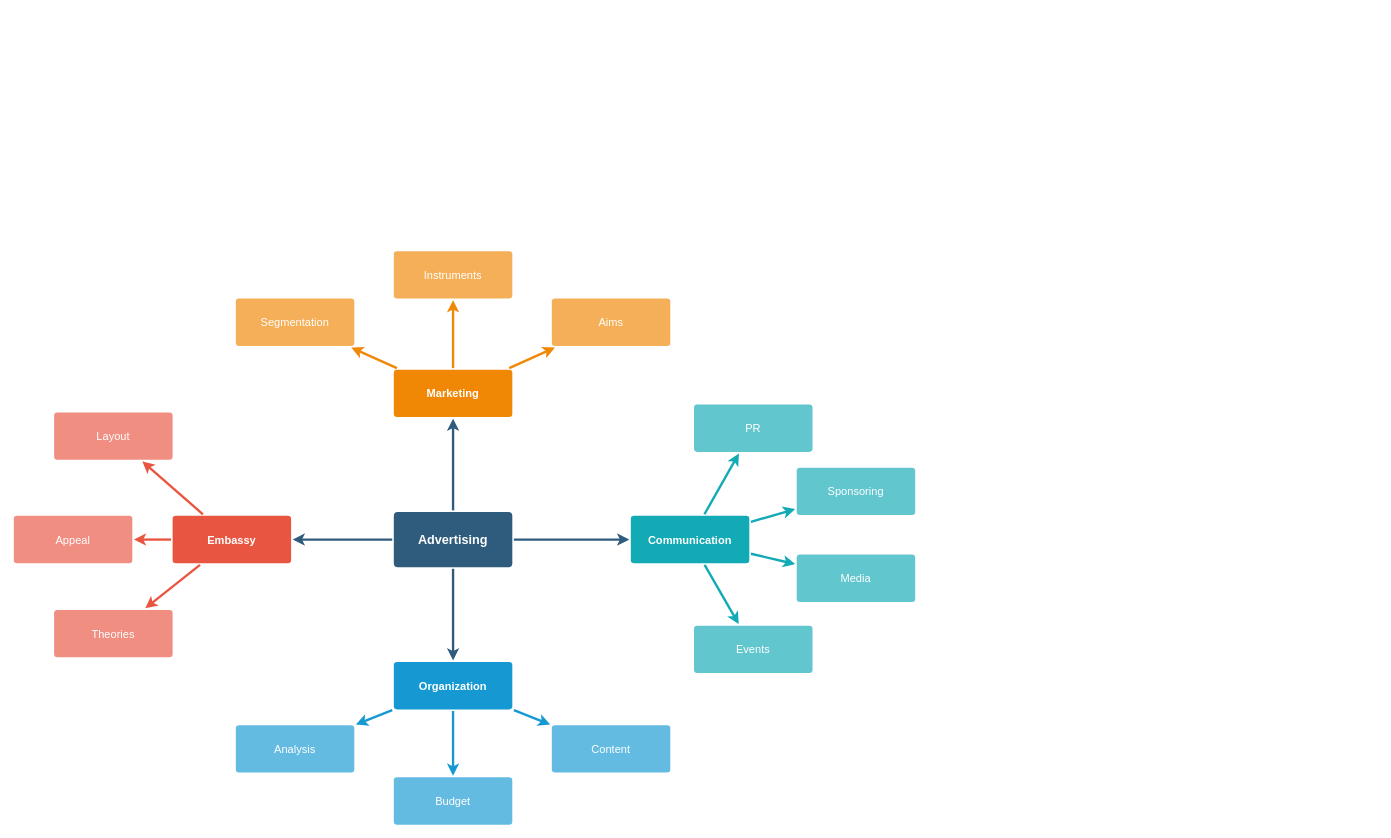
This is directory/investment_homework1.drawio from lllwwwooo/draw.io, a draw.io file, before an edit. Source tidied: cells renumbered, new cells numbered last; positions are measured from the earlier drawing's top-left corner, leaving out a move shared by most shapes. Both pictures are drawn from the tidied source at 79%, with x=0, y=0 at pixel (13, 250).
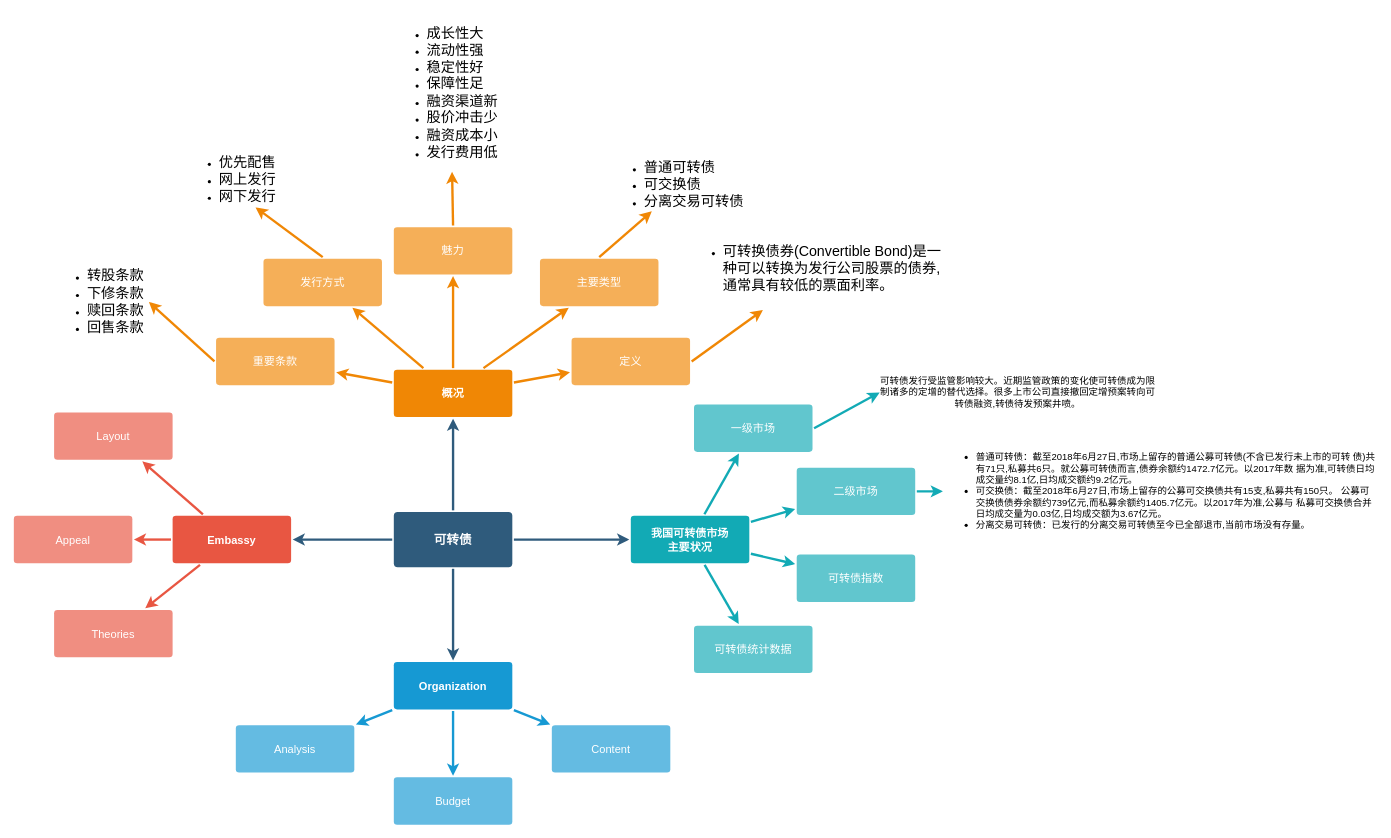
After the change.

The edit, as a diff of the source:
```diff
@@
-    <mxCell id="6" value="Advertising" style="rounded=1;whiteSpace=wrap;html=1;shadow=0;labelBackgroundColor=none;strokeColor=none;strokeWidth=3;fillColor=#2F5B7C;fontFamily=Helvetica;fontSize=16;fontColor=#FFFFFF;align=center;fontStyle=1;spacing=5;arcSize=7;perimeterSpacing=2;" parent="1" vertex="1">
+    <mxCell id="6" value="可转债" style="rounded=1;whiteSpace=wrap;html=1;shadow=0;labelBackgroundColor=none;strokeColor=none;strokeWidth=3;fillColor=#2F5B7C;fontFamily=Helvetica;fontSize=16;fontColor=#FFFFFF;align=center;fontStyle=1;spacing=5;arcSize=7;perimeterSpacing=2;" parent="1" vertex="1">
       <mxGeometry x="481" y="330.5" width="150" height="70" as="geometry" />
     </mxCell>
@@
-    <mxCell id="21" value="Marketing" style="rounded=1;whiteSpace=wrap;html=1;shadow=0;labelBackgroundColor=none;strokeColor=none;strokeWidth=3;fillColor=#F08705;fontFamily=Helvetica;fontSize=14;fontColor=#FFFFFF;align=center;spacing=5;fontStyle=1;arcSize=7;perimeterSpacing=2;" parent="1" vertex="1">
+    <mxCell id="21" value="概况" style="rounded=1;whiteSpace=wrap;html=1;shadow=0;labelBackgroundColor=none;strokeColor=none;strokeWidth=3;fillColor=#F08705;fontFamily=Helvetica;fontSize=14;fontColor=#FFFFFF;align=center;spacing=5;fontStyle=1;arcSize=7;perimeterSpacing=2;" parent="1" vertex="1">
       <mxGeometry x="481" y="150.5" width="150" height="60" as="geometry" />
     </mxCell>
-    <mxCell id="22" value="Aims&lt;br&gt;" style="rounded=1;whiteSpace=wrap;html=1;shadow=0;labelBackgroundColor=none;strokeColor=none;strokeWidth=3;fillColor=#f5af58;fontFamily=Helvetica;fontSize=14;fontColor=#FFFFFF;align=center;spacing=5;arcSize=7;perimeterSpacing=2;" parent="1" vertex="1">
-      <mxGeometry x="681" y="60.5" width="150" height="60" as="geometry" />
+    <mxCell id="22" value="定义" style="rounded=1;whiteSpace=wrap;html=1;shadow=0;labelBackgroundColor=none;strokeColor=none;strokeWidth=3;fillColor=#f5af58;fontFamily=Helvetica;fontSize=14;fontColor=#FFFFFF;align=center;spacing=5;arcSize=7;perimeterSpacing=2;" parent="1" vertex="1">
+      <mxGeometry x="706" y="110" width="150" height="60" as="geometry" />
     </mxCell>
@@
-    <mxCell id="24" value="Instruments" style="rounded=1;whiteSpace=wrap;html=1;shadow=0;labelBackgroundColor=none;strokeColor=none;strokeWidth=3;fillColor=#f5af58;fontFamily=Helvetica;fontSize=14;fontColor=#FFFFFF;align=center;spacing=5;arcSize=7;perimeterSpacing=2;" parent="1" vertex="1">
-      <mxGeometry x="481" y="0.5" width="150" height="60" as="geometry" />
+    <mxCell id="24" value="发行方式" style="rounded=1;whiteSpace=wrap;html=1;shadow=0;labelBackgroundColor=none;strokeColor=none;strokeWidth=3;fillColor=#f5af58;fontFamily=Helvetica;fontSize=14;fontColor=#FFFFFF;align=center;spacing=5;arcSize=7;perimeterSpacing=2;" parent="1" vertex="1">
+      <mxGeometry x="316" y="10" width="150" height="60" as="geometry" />
     </mxCell>
@@
-    <mxCell id="26" value="Segmentation" style="rounded=1;whiteSpace=wrap;html=1;shadow=0;labelBackgroundColor=none;strokeColor=none;strokeWidth=3;fillColor=#f5af58;fontFamily=Helvetica;fontSize=14;fontColor=#FFFFFF;align=center;spacing=5;arcSize=7;perimeterSpacing=2;" parent="1" vertex="1">
-      <mxGeometry x="281" y="60.5" width="150" height="60" as="geometry" />
+    <mxCell id="26" value="重要条款" style="rounded=1;whiteSpace=wrap;html=1;shadow=0;labelBackgroundColor=none;strokeColor=none;strokeWidth=3;fillColor=#f5af58;fontFamily=Helvetica;fontSize=14;fontColor=#FFFFFF;align=center;spacing=5;arcSize=7;perimeterSpacing=2;" parent="1" vertex="1">
+      <mxGeometry x="256" y="110" width="150" height="60" as="geometry" />
     </mxCell>
@@
-    <mxCell id="28" value="Communication" style="rounded=1;whiteSpace=wrap;html=1;shadow=0;labelBackgroundColor=none;strokeColor=none;strokeWidth=3;fillColor=#12aab5;fontFamily=Helvetica;fontSize=14;fontColor=#FFFFFF;align=center;spacing=5;fontStyle=1;arcSize=7;perimeterSpacing=2;" parent="1" vertex="1">
+    <mxCell id="28" value="我国可转债市场&lt;br&gt;主要状况" style="rounded=1;whiteSpace=wrap;html=1;shadow=0;labelBackgroundColor=none;strokeColor=none;strokeWidth=3;fillColor=#12aab5;fontFamily=Helvetica;fontSize=14;fontColor=#FFFFFF;align=center;spacing=5;fontStyle=1;arcSize=7;perimeterSpacing=2;" parent="1" vertex="1">
       <mxGeometry x="781" y="335.5" width="150" height="60" as="geometry" />
     </mxCell>
-    <mxCell id="29" value="Events" style="rounded=1;whiteSpace=wrap;html=1;shadow=0;labelBackgroundColor=none;strokeColor=none;strokeWidth=3;fillColor=#61c6ce;fontFamily=Helvetica;fontSize=14;fontColor=#FFFFFF;align=center;spacing=5;fontStyle=0;arcSize=7;perimeterSpacing=2;" parent="1" vertex="1">
+    <mxCell id="29" value="可转债统计数据" style="rounded=1;whiteSpace=wrap;html=1;shadow=0;labelBackgroundColor=none;strokeColor=none;strokeWidth=3;fillColor=#61c6ce;fontFamily=Helvetica;fontSize=14;fontColor=#FFFFFF;align=center;spacing=5;fontStyle=0;arcSize=7;perimeterSpacing=2;" parent="1" vertex="1">
       <mxGeometry x="861" y="474.5" width="150" height="60" as="geometry" />
     </mxCell>
@@
-    <mxCell id="31" value="Media" style="rounded=1;whiteSpace=wrap;html=1;shadow=0;labelBackgroundColor=none;strokeColor=none;strokeWidth=3;fillColor=#61c6ce;fontFamily=Helvetica;fontSize=14;fontColor=#FFFFFF;align=center;spacing=5;fontStyle=0;arcSize=7;perimeterSpacing=2;" parent="1" vertex="1">
+    <mxCell id="31" value="可转债指数" style="rounded=1;whiteSpace=wrap;html=1;shadow=0;labelBackgroundColor=none;strokeColor=none;strokeWidth=3;fillColor=#61c6ce;fontFamily=Helvetica;fontSize=14;fontColor=#FFFFFF;align=center;spacing=5;fontStyle=0;arcSize=7;perimeterSpacing=2;" parent="1" vertex="1">
       <mxGeometry x="991" y="384.5" width="150" height="60" as="geometry" />
     </mxCell>
@@
-    <mxCell id="33" value="Sponsoring" style="rounded=1;whiteSpace=wrap;html=1;shadow=0;labelBackgroundColor=none;strokeColor=none;strokeWidth=3;fillColor=#61c6ce;fontFamily=Helvetica;fontSize=14;fontColor=#FFFFFF;align=center;spacing=5;fontStyle=0;arcSize=7;perimeterSpacing=2;" parent="1" vertex="1">
+    <mxCell id="33" value="二级市场" style="rounded=1;whiteSpace=wrap;html=1;shadow=0;labelBackgroundColor=none;strokeColor=none;strokeWidth=3;fillColor=#61c6ce;fontFamily=Helvetica;fontSize=14;fontColor=#FFFFFF;align=center;spacing=5;fontStyle=0;arcSize=7;perimeterSpacing=2;" parent="1" vertex="1">
       <mxGeometry x="991" y="274.5" width="150" height="60" as="geometry" />
     </mxCell>
@@
-    <mxCell id="35" value="PR" style="rounded=1;whiteSpace=wrap;html=1;shadow=0;labelBackgroundColor=none;strokeColor=none;strokeWidth=3;fillColor=#61c6ce;fontFamily=Helvetica;fontSize=14;fontColor=#FFFFFF;align=center;spacing=5;fontStyle=0;arcSize=7;perimeterSpacing=2;" parent="1" vertex="1">
+    <mxCell id="35" value="一级市场" style="rounded=1;whiteSpace=wrap;html=1;shadow=0;labelBackgroundColor=none;strokeColor=none;strokeWidth=3;fillColor=#61c6ce;fontFamily=Helvetica;fontSize=14;fontColor=#FFFFFF;align=center;spacing=5;fontStyle=0;arcSize=7;perimeterSpacing=2;" parent="1" vertex="1">
       <mxGeometry x="861" y="194.5" width="150" height="60" as="geometry" />
     </mxCell>
@@
+    <mxCell id="37" value="&lt;ul&gt;&lt;li&gt;&lt;font style=&quot;font-size: 18px;&quot;&gt;可转换债券(Convertible Bond)是一种可以转换为发行公司股票的债券,通常具有较低的票面利率。&lt;/font&gt;&lt;br&gt;&lt;/li&gt;&lt;/ul&gt;" style="text;strokeColor=none;fillColor=none;html=1;whiteSpace=wrap;verticalAlign=middle;overflow=hidden;" parent="1" vertex="1">
+      <mxGeometry x="856" y="-30" width="330" height="105" as="geometry" />
+    </mxCell>
+    <mxCell id="38" value="&lt;ul&gt;&lt;li&gt;&lt;font style=&quot;font-size: 18px;&quot;&gt;优先配售&lt;/font&gt;&lt;/li&gt;&lt;li&gt;&lt;font style=&quot;font-size: 18px;&quot;&gt;网上发行&lt;br&gt;&lt;/font&gt;&lt;/li&gt;&lt;li&gt;&lt;font style=&quot;font-size: 18px;&quot;&gt;网下发行&lt;br&gt;&lt;/font&gt;&lt;/li&gt;&lt;/ul&gt;" style="text;html=1;strokeColor=none;fillColor=none;align=center;verticalAlign=middle;whiteSpace=wrap;rounded=0;" parent="1" vertex="1">
+      <mxGeometry x="216" y="-125" width="120" height="70" as="geometry" />
+    </mxCell>
+    <mxCell id="39" value="&lt;ul&gt;&lt;li&gt;&lt;font style=&quot;font-size: 18px;&quot;&gt;转股条款&lt;br&gt;&lt;/font&gt;&lt;/li&gt;&lt;li&gt;&lt;font style=&quot;font-size: 18px;&quot;&gt;下修条款&lt;br&gt;&lt;/font&gt;&lt;/li&gt;&lt;li&gt;&lt;font style=&quot;font-size: 18px;&quot;&gt;赎回条款&lt;/font&gt;&lt;/li&gt;&lt;li&gt;&lt;font style=&quot;font-size: 18px;&quot;&gt;回售条款&lt;/font&gt;&lt;/li&gt;&lt;/ul&gt;" style="text;strokeColor=none;fillColor=none;html=1;whiteSpace=wrap;verticalAlign=middle;overflow=hidden;" parent="1" vertex="1">
+      <mxGeometry x="51" width="120" height="129.5" as="geometry" />
+    </mxCell>
+    <mxCell id="40" value="主要类型" style="rounded=1;whiteSpace=wrap;html=1;shadow=0;labelBackgroundColor=none;strokeColor=none;strokeWidth=3;fillColor=#f5af58;fontFamily=Helvetica;fontSize=14;fontColor=#FFFFFF;align=center;spacing=5;arcSize=7;perimeterSpacing=2;" parent="1" vertex="1">
+      <mxGeometry x="666" y="10" width="150" height="60" as="geometry" />
+    </mxCell>
+    <mxCell id="41" style="edgeStyle=none;rounded=0;jumpStyle=none;html=1;shadow=0;labelBackgroundColor=none;startArrow=none;startFill=0;endArrow=classic;endFill=1;jettySize=auto;strokeColor=#F08705;strokeWidth=3;fontFamily=Helvetica;fontSize=14;fontColor=#FFFFFF;spacing=5;exitX=0.75;exitY=0;exitDx=0;exitDy=0;entryX=0.25;entryY=1;entryDx=0;entryDy=0;" parent="1" edge="1" source="21" target="40">
+      <mxGeometry relative="1" as="geometry" />
+    </mxCell>
+    <mxCell id="42" value="&lt;ul&gt;&lt;li&gt;&lt;span style=&quot;font-size: 18px;&quot;&gt;普通可转债&lt;/span&gt;&lt;/li&gt;&lt;li&gt;&lt;span style=&quot;font-size: 18px;&quot;&gt;可交换债&lt;/span&gt;&lt;/li&gt;&lt;li&gt;&lt;span style=&quot;font-size: 18px;&quot;&gt;分离交易可转债&lt;/span&gt;&lt;/li&gt;&lt;/ul&gt;" style="text;strokeColor=none;fillColor=none;html=1;whiteSpace=wrap;verticalAlign=middle;overflow=hidden;" parent="1" vertex="1">
+      <mxGeometry x="756" y="-130" width="195" height="80" as="geometry" />
+    </mxCell>
+    <mxCell id="43" style="edgeStyle=none;rounded=0;jumpStyle=none;html=1;shadow=0;labelBackgroundColor=none;startArrow=none;startFill=0;endArrow=classic;endFill=1;jettySize=auto;strokeColor=#F08705;strokeWidth=3;fontFamily=Helvetica;fontSize=14;fontColor=#FFFFFF;spacing=5;exitX=0.5;exitY=0;exitDx=0;exitDy=0;entryX=0.75;entryY=1;entryDx=0;entryDy=0;" parent="1" edge="1" source="24" target="38">
+      <mxGeometry relative="1" as="geometry" />
+    </mxCell>
+    <mxCell id="44" style="edgeStyle=none;rounded=0;jumpStyle=none;html=1;shadow=0;labelBackgroundColor=none;startArrow=none;startFill=0;endArrow=classic;endFill=1;jettySize=auto;strokeColor=#F08705;strokeWidth=3;fontFamily=Helvetica;fontSize=14;fontColor=#FFFFFF;spacing=5;exitX=0.5;exitY=0;exitDx=0;exitDy=0;" parent="1" edge="1" source="40" target="42">
+      <mxGeometry relative="1" as="geometry" />
+    </mxCell>
+    <mxCell id="45" style="edgeStyle=none;rounded=0;jumpStyle=none;html=1;shadow=0;labelBackgroundColor=none;startArrow=none;startFill=0;endArrow=classic;endFill=1;jettySize=auto;strokeColor=#F08705;strokeWidth=3;fontFamily=Helvetica;fontSize=14;fontColor=#FFFFFF;spacing=5;exitX=1;exitY=0.5;exitDx=0;exitDy=0;" parent="1" edge="1" source="22" target="37">
+      <mxGeometry relative="1" as="geometry" />
+    </mxCell>
+    <mxCell id="46" style="edgeStyle=none;rounded=0;jumpStyle=none;html=1;shadow=0;labelBackgroundColor=none;startArrow=none;startFill=0;endArrow=classic;endFill=1;jettySize=auto;strokeColor=#F08705;strokeWidth=3;fontFamily=Helvetica;fontSize=14;fontColor=#FFFFFF;spacing=5;exitX=0;exitY=0.5;exitDx=0;exitDy=0;entryX=1;entryY=0.5;entryDx=0;entryDy=0;" parent="1" edge="1" source="26" target="39">
+      <mxGeometry relative="1" as="geometry" />
+    </mxCell>
+    <mxCell id="47" value="魅力" style="rounded=1;whiteSpace=wrap;html=1;shadow=0;labelBackgroundColor=none;strokeColor=none;strokeWidth=3;fillColor=#f5af58;fontFamily=Helvetica;fontSize=14;fontColor=#FFFFFF;align=center;spacing=5;arcSize=7;perimeterSpacing=2;" parent="1" vertex="1">
+      <mxGeometry x="481" y="-30" width="150" height="60" as="geometry" />
+    </mxCell>
+    <mxCell id="48" style="edgeStyle=none;rounded=0;jumpStyle=none;html=1;shadow=0;labelBackgroundColor=none;startArrow=none;startFill=0;endArrow=classic;endFill=1;jettySize=auto;strokeColor=#F08705;strokeWidth=3;fontFamily=Helvetica;fontSize=14;fontColor=#FFFFFF;spacing=5;exitX=0.5;exitY=0;exitDx=0;exitDy=0;" parent="1" edge="1" source="21" target="47">
+      <mxGeometry relative="1" as="geometry" />
+    </mxCell>
+    <mxCell id="49" style="edgeStyle=none;rounded=0;jumpStyle=none;html=1;shadow=0;labelBackgroundColor=none;startArrow=none;startFill=0;endArrow=classic;endFill=1;jettySize=auto;strokeColor=#F08705;strokeWidth=3;fontFamily=Helvetica;fontSize=14;fontColor=#FFFFFF;spacing=5;exitX=0.5;exitY=0;exitDx=0;exitDy=0;entryX=0.5;entryY=1;entryDx=0;entryDy=0;" parent="1" edge="1" source="47" target="50">
+      <mxGeometry relative="1" as="geometry" />
+    </mxCell>
+    <mxCell id="50" value="&lt;ul&gt;&lt;li&gt;&lt;span style=&quot;font-size: 18px;&quot;&gt;成长性大&lt;/span&gt;&lt;/li&gt;&lt;li&gt;&lt;span style=&quot;font-size: 18px;&quot;&gt;流动性强&lt;/span&gt;&lt;/li&gt;&lt;li&gt;&lt;span style=&quot;font-size: 18px;&quot;&gt;稳定性好&lt;/span&gt;&lt;/li&gt;&lt;li&gt;&lt;span style=&quot;font-size: 18px;&quot;&gt;保障性足&lt;/span&gt;&lt;/li&gt;&lt;li&gt;&lt;span style=&quot;font-size: 18px;&quot;&gt;融资渠道新&lt;/span&gt;&lt;/li&gt;&lt;li&gt;&lt;span style=&quot;font-size: 18px;&quot;&gt;股价冲击少&lt;/span&gt;&lt;/li&gt;&lt;li&gt;&lt;span style=&quot;font-size: 18px;&quot;&gt;融资成本小&lt;/span&gt;&lt;/li&gt;&lt;li&gt;&lt;span style=&quot;font-size: 18px;&quot;&gt;发行费用低&lt;/span&gt;&lt;/li&gt;&lt;/ul&gt;" style="text;strokeColor=none;fillColor=none;html=1;whiteSpace=wrap;verticalAlign=middle;overflow=hidden;" parent="1" vertex="1">
+      <mxGeometry x="481" y="-300" width="147.5" height="200" as="geometry" />
+    </mxCell>
+    <mxCell id="51" value="可转债发行受监管影响较大。近期监管政策的变化使可转债成为限制诸多的定增的替代选择。很多上市公司直接撤回定增预案转向可转债融资,转债待发预案井喷。" style="text;html=1;strokeColor=none;fillColor=none;align=center;verticalAlign=middle;whiteSpace=wrap;rounded=0;" parent="1" vertex="1">
+      <mxGeometry x="1096" y="129.5" width="350" height="99.5" as="geometry" />
+    </mxCell>
+    <mxCell id="52" style="edgeStyle=none;rounded=1;jumpStyle=none;html=1;shadow=0;labelBackgroundColor=none;startArrow=none;startFill=0;jettySize=auto;strokeColor=#12AAB5;strokeWidth=3;fontFamily=Helvetica;fontSize=14;fontColor=#FFFFFF;spacing=5;fontStyle=1;fillColor=#b0e3e6;exitX=1;exitY=0.5;exitDx=0;exitDy=0;entryX=0;entryY=0.5;entryDx=0;entryDy=0;" parent="1" edge="1" source="35" target="51">
+      <mxGeometry relative="1" as="geometry" />
+    </mxCell>
+    <mxCell id="53" value="&lt;ul&gt;&lt;li&gt;&lt;span style=&quot;background-color: initial;&quot;&gt;普通可转债：&lt;/span&gt;截至2018年6月27日,市场上留存的普通公募可转债(不含已发行未上市的可转 债)共有71只,私募共6只。就公募可转债而言,债券余额约1472.7亿元。以2017年数 据为准,可转债日均成交量约8.1亿,日均成交额约9.2亿元。&lt;/li&gt;&lt;li&gt;可交换债：截至2018年6月27日,市场上留存的公募可交换债共有15支,私募共有150只。 公募可交换债债券余额约739亿元,而私募余额约1405.7亿元。以2017年为准,公募与 私募可交换债合并日均成交量为0.03亿,日均成交额为3.67亿元。&lt;/li&gt;&lt;li&gt;分离交易可转债：已发行的分离交易可转债至今已全部退市,当前市场没有存量。&lt;/li&gt;&lt;/ul&gt;" style="text;strokeColor=none;fillColor=none;html=1;whiteSpace=wrap;verticalAlign=middle;overflow=hidden;" parent="1" vertex="1">
+      <mxGeometry x="1176" y="239.2" width="551" height="130.5" as="geometry" />
+    </mxCell>
+    <mxCell id="54" style="edgeStyle=none;rounded=1;jumpStyle=none;html=1;shadow=0;labelBackgroundColor=none;startArrow=none;startFill=0;jettySize=auto;strokeColor=#12AAB5;strokeWidth=3;fontFamily=Helvetica;fontSize=14;fontColor=#FFFFFF;spacing=5;fontStyle=1;fillColor=#b0e3e6;exitX=1;exitY=0.5;exitDx=0;exitDy=0;entryX=0;entryY=0.5;entryDx=0;entryDy=0;" parent="1" edge="1" source="33" target="53">
+      <mxGeometry relative="1" as="geometry" />
+    </mxCell>
```
